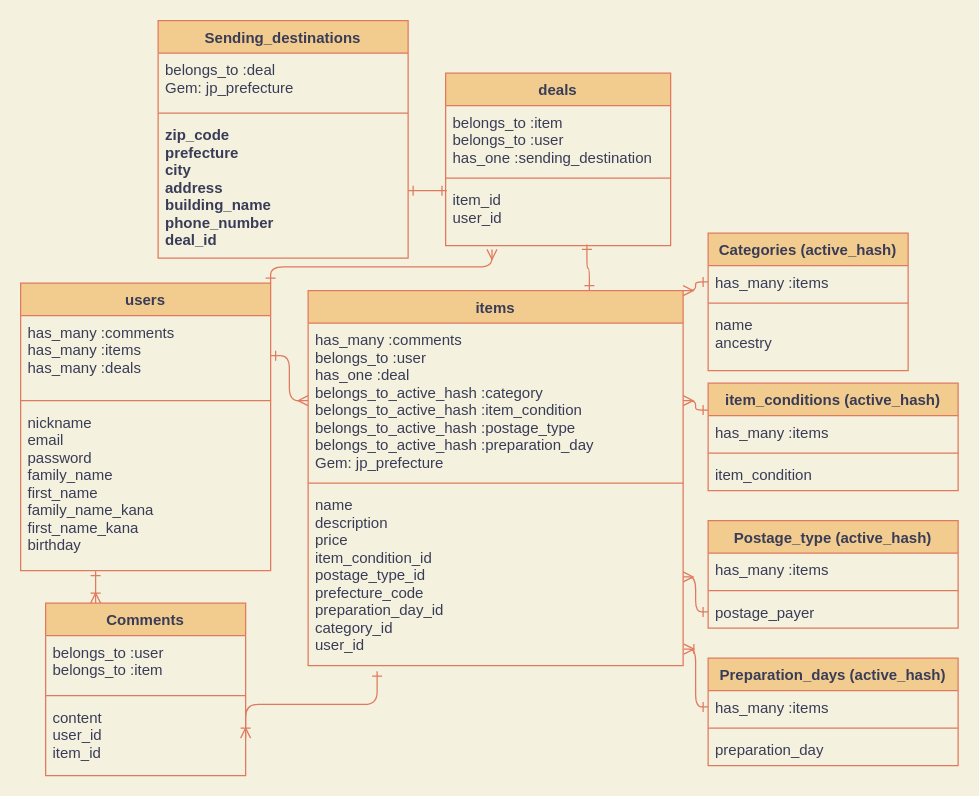
This is furima.drawio from shinya-tnk/furima-29595, a draw.io file, before an edit. Source tidied: cells renumbered, new cells numbered last; positions are measured from the earlier drawing's top-left corner, leaving out a move shared by most shapes. Both pictures are drawn from the tidied source at 125%, with x=0, y=0 at pixel (20, 20).
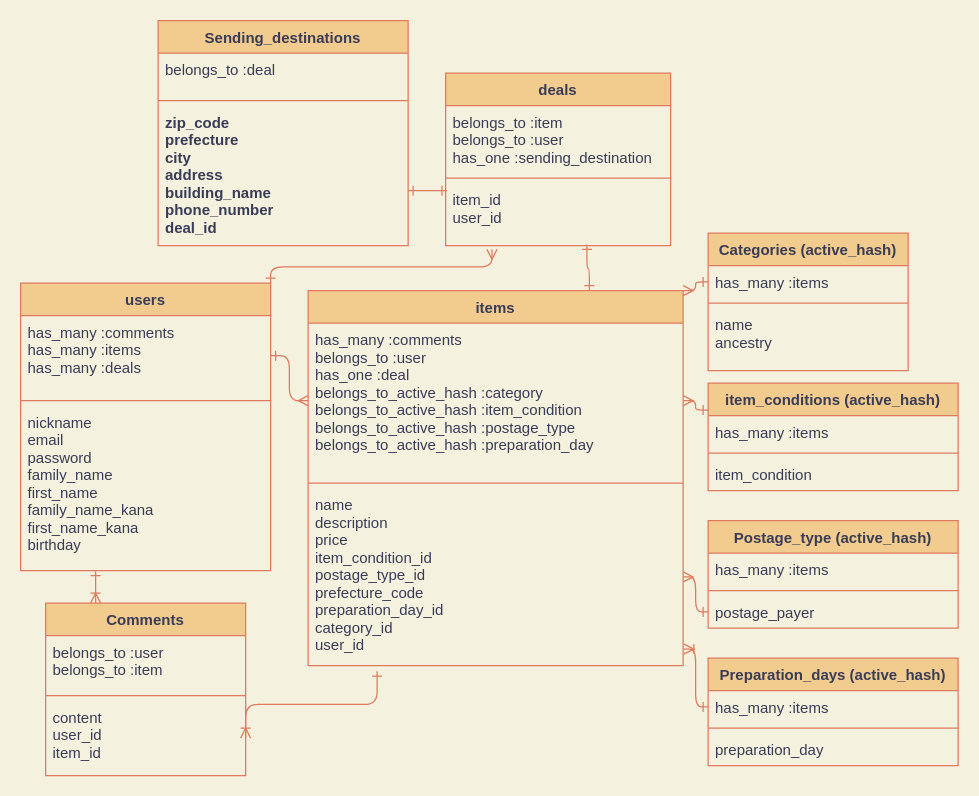
After the change.

Commit message (it also covers changes not shown here):
active_hashテーブルの削除

Unchanged cells that the change refers to:
```xml
<mxCell id="8" value="items" style="swimlane;fontStyle=1;align=center;verticalAlign=top;horizontal=1;startSize=26;fillColor=#F2CC8F;strokeColor=#E07A5F;fontColor=#393C56;" parent="2" vertex="1">
  <mxGeometry y="46" width="300" height="300" as="geometry" />
</mxCell>
```

The edit, as a diff of the source:
```diff
@@
-    <mxCell id="9" value="has_many :comments&#10;belongs_to :user&#10;has_one :deal&#10;belongs_to_active_hash :category&#10;belongs_to_active_hash :item_condition&#10;belongs_to_active_hash :postage_type&#10;belongs_to_active_hash :preparation_day&#10;Gem: jp_prefecture" style="text;strokeColor=none;fillColor=none;align=left;verticalAlign=top;spacingLeft=4;spacingRight=4;overflow=hidden;points=[[0,0.5],[1,0.5]];portConstraint=eastwest;fontColor=#393C56;" parent="8" vertex="1">
+    <mxCell id="9" value="has_many :comments&#10;belongs_to :user&#10;has_one :deal&#10;belongs_to_active_hash :category&#10;belongs_to_active_hash :item_condition&#10;belongs_to_active_hash :postage_type&#10;belongs_to_active_hash :preparation_day" style="text;strokeColor=none;fillColor=none;align=left;verticalAlign=top;spacingLeft=4;spacingRight=4;overflow=hidden;points=[[0,0.5],[1,0.5]];portConstraint=eastwest;fontColor=#393C56;" parent="8" vertex="1">
       <mxGeometry y="26" width="300" height="124" as="geometry" />
     </mxCell>
@@
     <mxCell id="46" value="Sending_destinations" style="swimlane;fontStyle=1;align=center;verticalAlign=top;horizontal=1;startSize=26;fillColor=#F2CC8F;strokeColor=#E07A5F;fontColor=#393C56;" parent="1" vertex="1">
-      <mxGeometry x="110" width="200" height="190" as="geometry" />
+      <mxGeometry x="110" width="200" height="180" as="geometry" />
     </mxCell>
-    <mxCell id="47" value="belongs_to :deal&#10;Gem: jp_prefecture" style="text;strokeColor=none;fillColor=none;align=left;verticalAlign=top;spacingLeft=4;spacingRight=4;overflow=hidden;fontColor=#393C56;" parent="46" vertex="1">
-      <mxGeometry y="26" width="200" height="44" as="geometry" />
+    <mxCell id="47" value="belongs_to :deal" style="text;strokeColor=none;fillColor=none;align=left;verticalAlign=top;spacingLeft=4;spacingRight=4;overflow=hidden;fontColor=#393C56;" parent="46" vertex="1">
+      <mxGeometry y="26" width="200" height="34" as="geometry" />
     </mxCell>
     <mxCell id="48" style="line;strokeWidth=1;fillColor=none;align=left;verticalAlign=middle;spacingTop=-1;spacingLeft=3;spacingRight=3;labelPosition=right;strokeColor=#E07A5F;fontColor=#393C56;labelBackgroundColor=#F4F1DE;" parent="46" vertex="1">
-      <mxGeometry y="70" width="200" height="8" as="geometry" />
+      <mxGeometry y="60" width="200" height="8" as="geometry" />
     </mxCell>
     <mxCell id="49" value="zip_code&#10;prefecture&#10;city&#10;address&#10;building_name&#10;phone_number&#10;deal_id" style="text;strokeColor=none;fillColor=none;align=left;verticalAlign=top;spacingLeft=4;spacingRight=4;overflow=hidden;points=[[0,0.5],[1,0.5]];portConstraint=eastwest;fontColor=#393C56;fontStyle=1;" parent="46" vertex="1">
-      <mxGeometry y="78" width="200" height="112" as="geometry" />
+      <mxGeometry y="68" width="200" height="112" as="geometry" />
     </mxCell>
```
